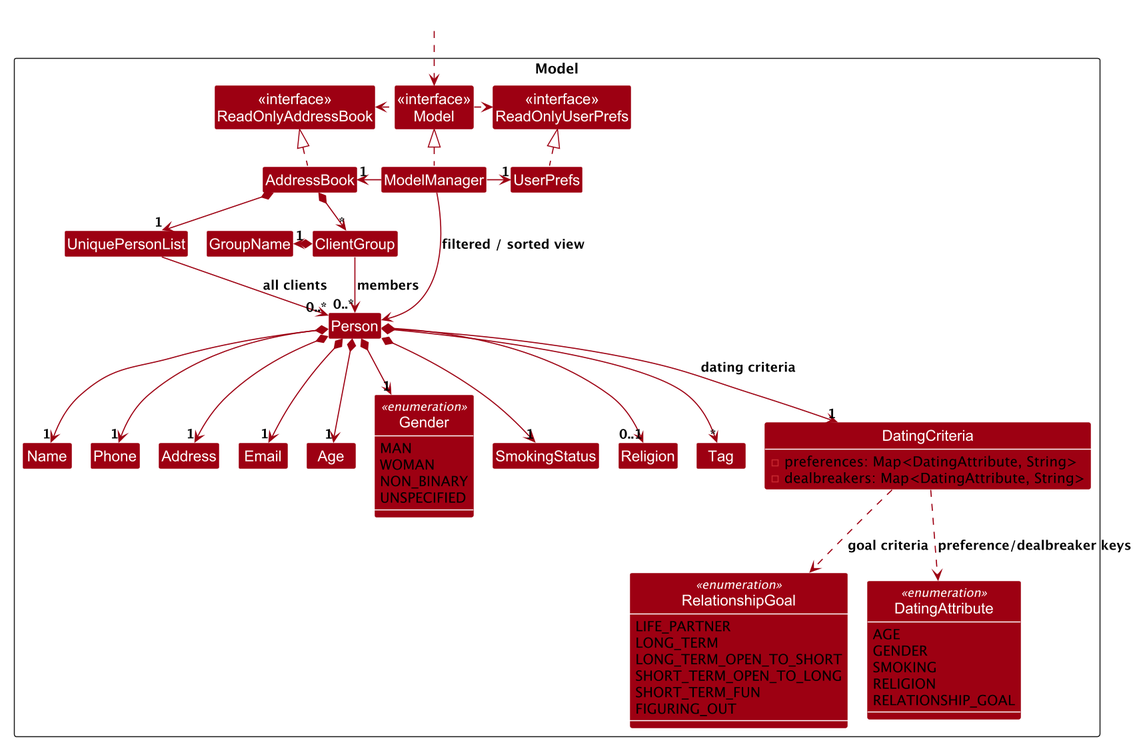
The PlantUML diagram docs/images/ModelClassDiagram.png in AY2627S1-CS2103T-W09-1/tp, before a commit. Its diagram source:
```plantuml
@startuml
!pragma layout smetana
!pragma layout smetana
!include style.puml
skinparam arrowThickness 1.1
skinparam arrowColor MODEL_COLOR
skinparam classBackgroundColor MODEL_COLOR
skinparam nodesep 45
skinparam ranksep 55
scale 1.5

Package Model as ModelPackage <<Rectangle>>{
Class "<<interface>>\nReadOnlyAddressBook" as ReadOnlyAddressBook
Class "<<interface>>\nReadOnlyUserPrefs" as ReadOnlyUserPrefs
Class "<<interface>>\nModel" as Model
Class AddressBook
Class ModelManager
Class UserPrefs

Class UniquePersonList
Class Person
Class Address
Class Email
Class Name
Class Phone
Class Age
Enum Gender <<enumeration>> {
    MAN
    WOMAN
    NON_BINARY
    UNSPECIFIED
}
Class SmokingStatus
Class Religion
Enum RelationshipGoal <<enumeration>> {
    LIFE_PARTNER
    LONG_TERM
    LONG_TERM_OPEN_TO_SHORT
    SHORT_TERM_OPEN_TO_LONG
    SHORT_TERM_FUN
    FIGURING_OUT
}
Class Tag
Class ClientGroup
Class GroupName
Class DatingCriteria {
    -preferences: Map<DatingAttribute, String>
    -dealbreakers: Map<DatingAttribute, String>
}
Enum DatingAttribute <<enumeration>> {
    AGE
    GENDER
    SMOKING
    RELIGION
    RELATIONSHIP_GOAL
}

}

Class HiddenOutside #FFFFFF
HiddenOutside ..> Model

AddressBook .up.|> ReadOnlyAddressBook

ModelManager .up.|> Model
Model .right.> ReadOnlyUserPrefs
Model .left.> ReadOnlyAddressBook
ModelManager -left-> "1" AddressBook
ModelManager -right-> "1" UserPrefs
UserPrefs .up.|> ReadOnlyUserPrefs

AddressBook *--> "1" UniquePersonList
AddressBook *--> "*" ClientGroup
ClientGroup *-left-> "1" GroupName
ClientGroup --> "0..*" Person : members
UniquePersonList --> "0..*" Person : all clients
Person *--> "1" Name
Person *--> "1" Phone
Person *--> "1" Email
Person *--> "1" Address
Person *--> "1" Age
Person *--> "1" SmokingStatus
Person *--> "0..1" Religion
Person *--> "1" Gender
Person *--> "*" Tag
Person *--> "1" DatingCriteria : dating criteria
DatingCriteria ..> DatingAttribute : preference/dealbreaker keys
DatingCriteria ..> RelationshipGoal : goal criteria

show DatingCriteria fields
show DatingAttribute members
show Gender members
show RelationshipGoal members

Name -[hidden]right-> Phone
Phone -[hidden]right-> Address
Address -[hidden]right-> Email

ModelManager --> Person : filtered / sorted view
@enduml
```
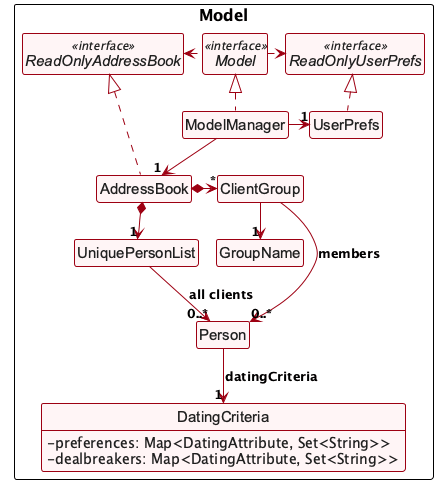
After the commit.

Change to the diagram source:
```diff
@@ -1,100 +1,46 @@
 @startuml
 !pragma layout smetana
-!pragma layout smetana
 !include style.puml
-skinparam arrowThickness 1.1
 skinparam arrowColor MODEL_COLOR
-skinparam classBackgroundColor MODEL_COLOR
-skinparam nodesep 45
-skinparam ranksep 55
-scale 1.5
+skinparam classBackgroundColor #FFF5F6
+skinparam classBorderColor MODEL_COLOR
+skinparam classFontColor #202020
+skinparam classAttributeFontColor #202020
+skinparam classStereotypeFontColor #202020
+skinparam classAttributeIconSize 0
+skinparam nodesep 40
+skinparam ranksep 50
 
-Package Model as ModelPackage <<Rectangle>>{
-Class "<<interface>>\nReadOnlyAddressBook" as ReadOnlyAddressBook
-Class "<<interface>>\nReadOnlyUserPrefs" as ReadOnlyUserPrefs
-Class "<<interface>>\nModel" as Model
-Class AddressBook
-Class ModelManager
-Class UserPrefs
-
-Class UniquePersonList
-Class Person
-Class Address
-Class Email
-Class Name
-Class Phone
-Class Age
-Enum Gender <<enumeration>> {
-    MAN
-    WOMAN
-    NON_BINARY
-    UNSPECIFIED
+package Model as ModelPackage {
+interface ReadOnlyAddressBook <<interface>>
+interface ReadOnlyUserPrefs <<interface>>
+interface Model <<interface>>
+class AddressBook
+class ModelManager
+class UserPrefs
+class UniquePersonList
+class Person
+class ClientGroup
+class GroupName
+class DatingCriteria {
+    -preferences: Map<DatingAttribute, Set<String>>
+    -dealbreakers: Map<DatingAttribute, Set<String>>
 }
-Class SmokingStatus
-Class Religion
-Enum RelationshipGoal <<enumeration>> {
-    LIFE_PARTNER
-    LONG_TERM
-    LONG_TERM_OPEN_TO_SHORT
-    SHORT_TERM_OPEN_TO_LONG
-    SHORT_TERM_FUN
-    FIGURING_OUT
-}
-Class Tag
-Class ClientGroup
-Class GroupName
-Class DatingCriteria {
-    -preferences: Map<DatingAttribute, String>
-    -dealbreakers: Map<DatingAttribute, String>
-}
-Enum DatingAttribute <<enumeration>> {
-    AGE
-    GENDER
-    SMOKING
-    RELIGION
-    RELATIONSHIP_GOAL
 }
 
-}
-
-Class HiddenOutside #FFFFFF
-HiddenOutside ..> Model
-
+ModelManager .up.|> Model
+Model .left.> ReadOnlyAddressBook
+Model .right.> ReadOnlyUserPrefs
 AddressBook .up.|> ReadOnlyAddressBook
-
-ModelManager .up.|> Model
-Model .right.> ReadOnlyUserPrefs
-Model .left.> ReadOnlyAddressBook
-ModelManager -left-> "1" AddressBook
+UserPrefs .up.|> ReadOnlyUserPrefs
+ModelManager -down-> "1" AddressBook
 ModelManager -right-> "1" UserPrefs
-UserPrefs .up.|> ReadOnlyUserPrefs
-
-AddressBook *--> "1" UniquePersonList
-AddressBook *--> "*" ClientGroup
-ClientGroup *-left-> "1" GroupName
+AddressBook *-down-> "1" UniquePersonList
+AddressBook *-right-> "*" ClientGroup
+ClientGroup -down-> "1" GroupName
 ClientGroup --> "0..*" Person : members
-UniquePersonList --> "0..*" Person : all clients
-Person *--> "1" Name
-Person *--> "1" Phone
-Person *--> "1" Email
-Person *--> "1" Address
-Person *--> "1" Age
-Person *--> "1" SmokingStatus
-Person *--> "0..1" Religion
-Person *--> "1" Gender
-Person *--> "*" Tag
-Person *--> "1" DatingCriteria : dating criteria
-DatingCriteria ..> DatingAttribute : preference/dealbreaker keys
-DatingCriteria ..> RelationshipGoal : goal criteria
+UniquePersonList -down-> "0..*" Person : all clients
+Person -down-> "1" DatingCriteria : datingCriteria
 
 show DatingCriteria fields
-show DatingAttribute members
-show Gender members
-show RelationshipGoal members
-
-Name -[hidden]right-> Phone
-Phone -[hidden]right-> Address
-Address -[hidden]right-> Email
-
-ModelManager --> Person : filtered / sorted view
 @enduml
```
